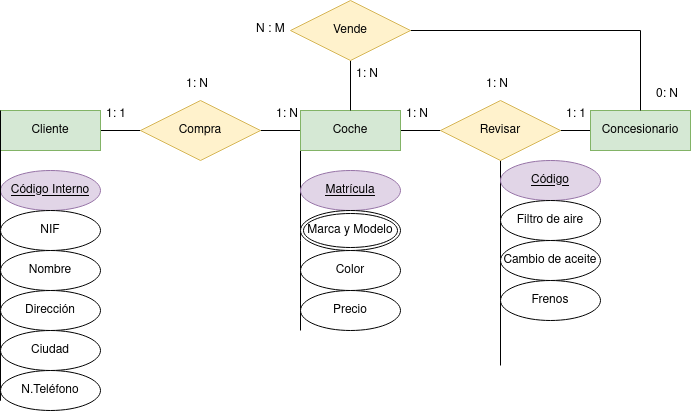
jdrguez/2-Daw keeps this draw.io diagram as Unidad-1/Tareas/Tarea-6/tarea6.drawio.png. Above is the earlier version. Source tidied: cells renumbered, new cells last; positions are measured from the earlier drawing's top-left corner, leaving out a move shared by most shapes.
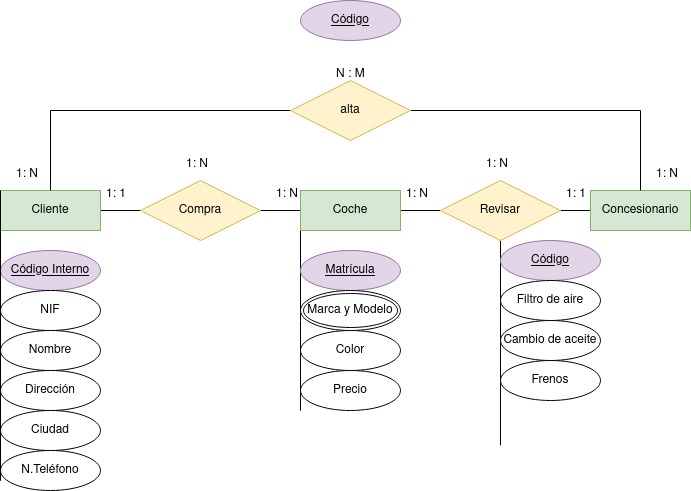
Later version of the same file.

What changed in the source:
```diff
@@ -40,13 +40,13 @@
     <mxCell id="12" value="Concesionario" style="whiteSpace=wrap;html=1;align=center;fillColor=#d5e8d4;strokeColor=#82b366;" parent="1" vertex="1">
       <mxGeometry x="590" y="110" width="100" height="40" as="geometry" />
     </mxCell>
-    <mxCell id="13" style="edgeStyle=orthogonalEdgeStyle;rounded=0;jettySize=auto;html=1;exitX=0.5;exitY=1;exitDx=0;exitDy=0;entryX=0.5;entryY=0;entryDx=0;entryDy=0;endArrow=none;endFill=0;" parent="1" edge="1" source="15" target="8">
-      <mxGeometry relative="1" as="geometry" />
-    </mxCell>
     <mxCell id="14" style="edgeStyle=orthogonalEdgeStyle;rounded=0;jettySize=auto;html=1;exitX=1;exitY=0.5;exitDx=0;exitDy=0;entryX=0.5;entryY=0;entryDx=0;entryDy=0;endArrow=none;endFill=0;" parent="1" edge="1" source="15" target="12">
       <mxGeometry relative="1" as="geometry" />
     </mxCell>
+    <mxCell id="40" style="edgeStyle=orthogonalEdgeStyle;rounded=0;jettySize=auto;html=1;exitX=0;exitY=0.5;exitDx=0;exitDy=0;entryX=0.5;entryY=0;entryDx=0;entryDy=0;endArrow=none;endFill=0;" parent="1" edge="1" source="15" target="3">
+      <mxGeometry relative="1" as="geometry" />
+    </mxCell>
-    <mxCell id="15" value="&lt;div&gt;Vende&lt;/div&gt;" style="shape=rhombus;perimeter=rhombusPerimeter;whiteSpace=wrap;html=1;align=center;fillColor=#fff2cc;strokeColor=#d6b656;" parent="1" vertex="1">
+    <mxCell id="15" value="alta" style="shape=rhombus;perimeter=rhombusPerimeter;whiteSpace=wrap;html=1;align=center;fillColor=#fff2cc;strokeColor=#d6b656;" parent="1" vertex="1">
       <mxGeometry x="290" width="120" height="60" as="geometry" />
     </mxCell>
     <mxCell id="16" value="1: N" style="text;strokeColor=none;fillColor=none;spacingLeft=4;spacingRight=4;overflow=hidden;fontSize=12;whiteSpace=wrap;html=1;" parent="1" vertex="1">
@@ -119,14 +119,17 @@
     <mxCell id="36" value="Frenos" style="ellipse;whiteSpace=wrap;html=1;align=center;" parent="1" vertex="1">
       <mxGeometry x="500" y="280" width="100" height="40" as="geometry" />
     </mxCell>
-    <mxCell id="37" value="0: N" style="text;strokeColor=none;fillColor=none;spacingLeft=4;spacingRight=4;overflow=hidden;fontSize=12;whiteSpace=wrap;html=1;" parent="1" vertex="1">
+    <mxCell id="37" value="1: N" style="text;strokeColor=none;fillColor=none;spacingLeft=4;spacingRight=4;overflow=hidden;fontSize=12;whiteSpace=wrap;html=1;" parent="1" vertex="1">
       <mxGeometry x="650" y="80" width="40" height="30" as="geometry" />
     </mxCell>
+    <mxCell id="39" value="N : M" style="text;strokeColor=none;fillColor=none;spacingLeft=4;spacingRight=4;overflow=hidden;fontSize=12;whiteSpace=wrap;html=1;" parent="1" vertex="1">
+      <mxGeometry x="330" y="-20" width="40" height="30" as="geometry" />
+    </mxCell>
     <mxCell id="38" value="1: N" style="text;strokeColor=none;fillColor=none;spacingLeft=4;spacingRight=4;overflow=hidden;fontSize=12;whiteSpace=wrap;html=1;" parent="1" vertex="1">
-      <mxGeometry x="350" y="60" width="40" height="30" as="geometry" />
+      <mxGeometry x="10" y="80" width="40" height="30" as="geometry" />
     </mxCell>
-    <mxCell id="39" value="N : M" style="text;strokeColor=none;fillColor=none;spacingLeft=4;spacingRight=4;overflow=hidden;fontSize=12;whiteSpace=wrap;html=1;" parent="1" vertex="1">
-      <mxGeometry x="250" y="15" width="40" height="30" as="geometry" />
-    </mxCell>
+    <mxCell id="41" value="Código" style="ellipse;whiteSpace=wrap;html=1;align=center;fontStyle=4;fillColor=#e1d5e7;strokeColor=#9673a6;" parent="1" vertex="1">
+      <mxGeometry x="300" y="-80" width="100" height="40" as="geometry" />
+    </mxCell>
   </root>
 </mxGraphModel>
```
